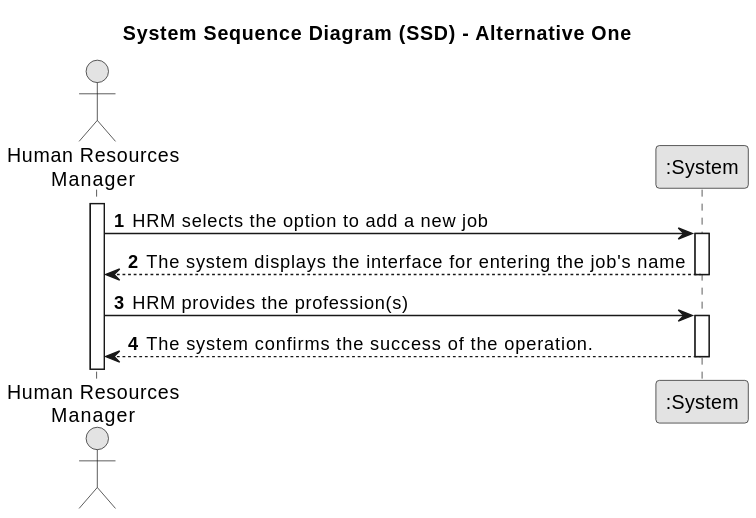
Earlier version of the PlantUML export docs/sprintB/us002/01.requirements-engineering/svg/us002-system-sequence-diagram-alternative-one-System_Sequence_Diagram__SSD____Alternative_One.svg (SAEmanuel/Green_Spaces_Management_ISEP).
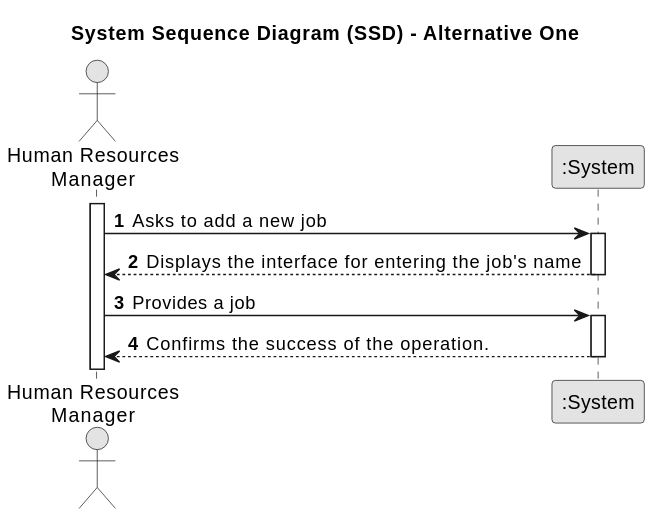
After the commit.

Diff of the diagram source:
```diff
@@ -13,15 +13,15 @@
 activate HRM
 
 
-     HRM -> System : HRM selects the option to add a new job
+     HRM -> System : Asks to add a new job
     activate System
 
-        System --> HRM : The system displays the interface for entering the job's name
+        System --> HRM : Displays the interface for entering the job's name
     deactivate System
 
-        HRM -> System : HRM provides the profession(s)
+        HRM -> System : Provides a job
     activate System
 
-        System --> HRM : The system confirms the success of the operation.
+        System --> HRM : Confirms the success of the operation.
     deactivate System
 @enduml
```
